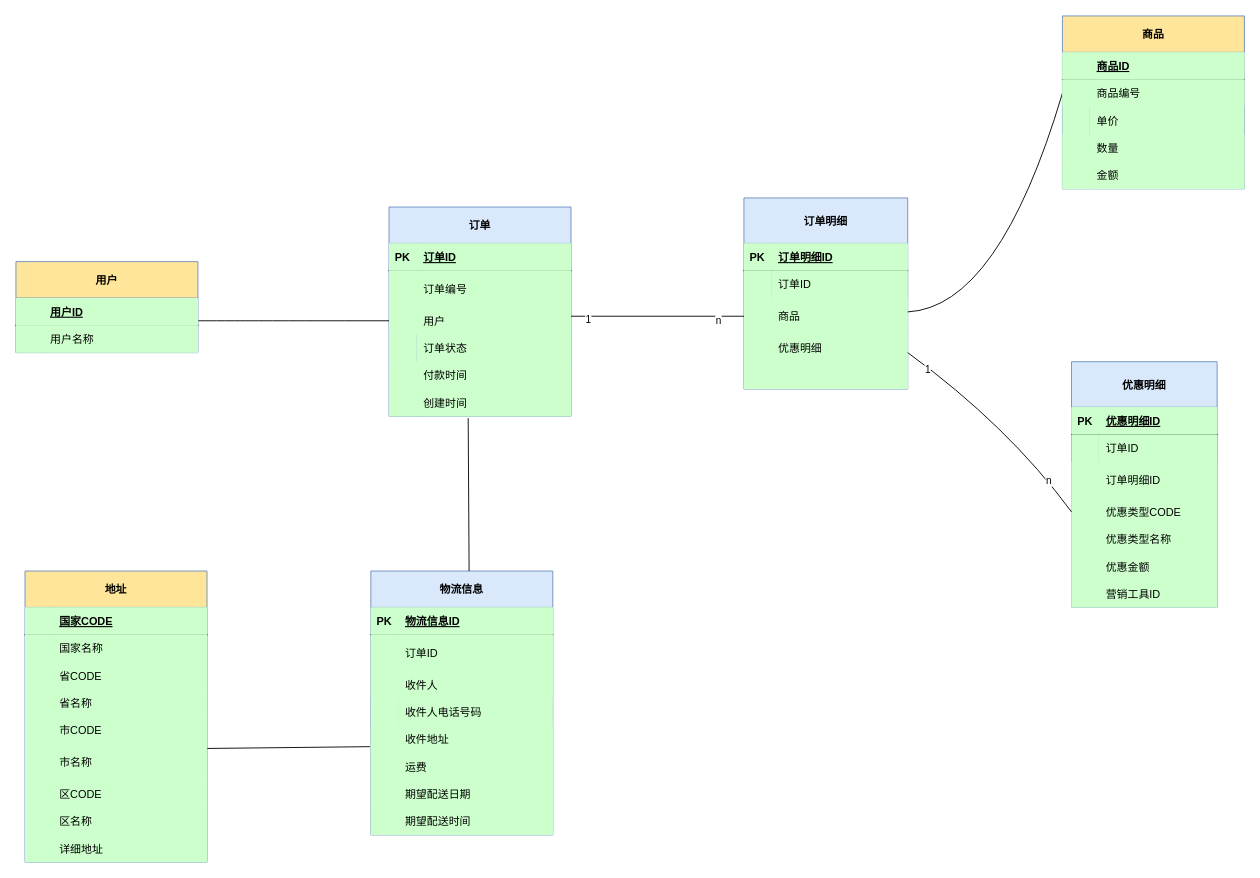
The draw.io diagram 订单能力.drawio in linxiaofan/linhenghui, before the edit. Source tidied: cells renumbered, new cells numbered last; positions are measured from the earlier drawing's top-left corner, leaving out a move shared by most shapes. Both pictures are drawn from the tidied source at 91%, with x=0, y=0 at pixel (15, 15).
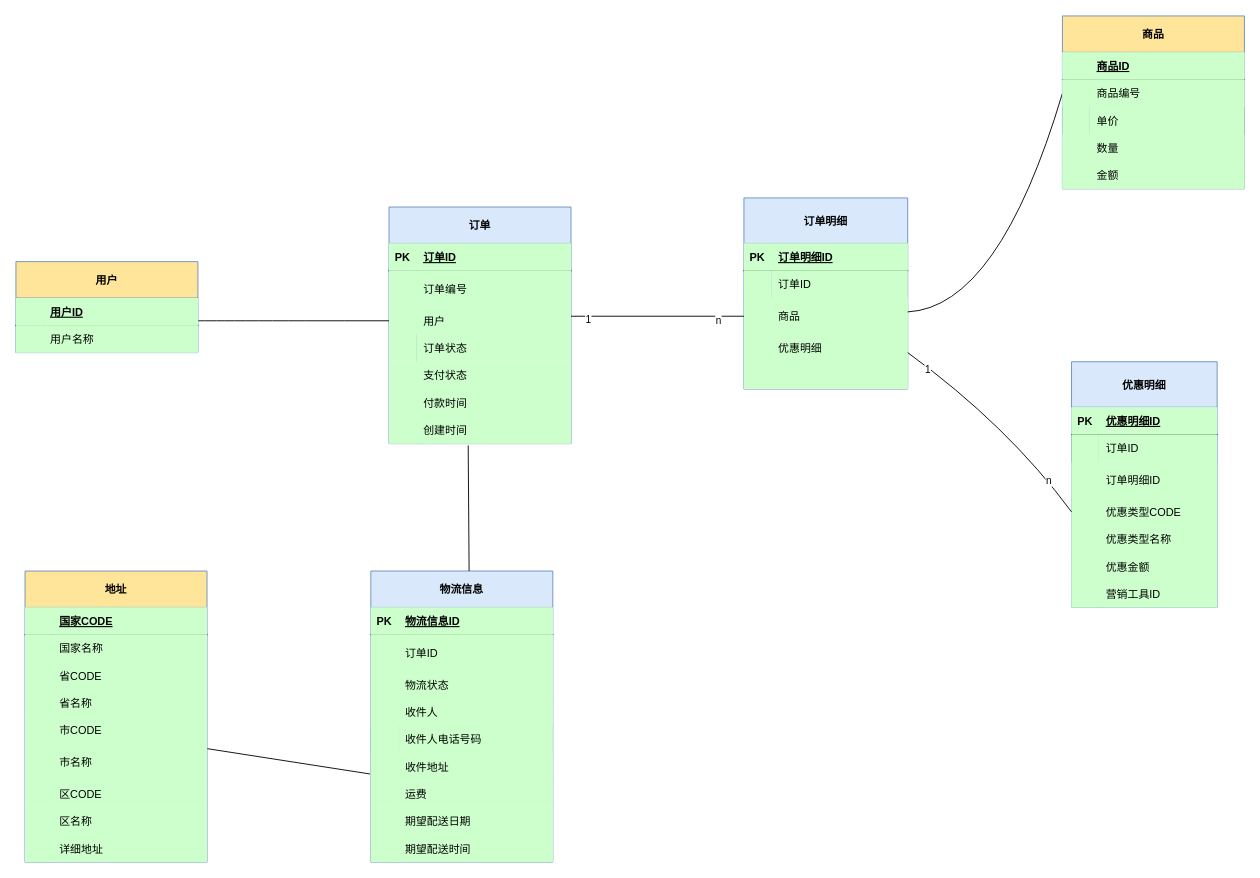
The same diagram, later.

Commit message:
更新订单能力.drawio

What changed in the source:
```diff
@@
     <mxCell id="2" value="订单" style="shape=table;startSize=40;childLayout=tableLayout;rowLines=0;fontStyle=1;align=center;fillColor=#dae8fc;strokeColor=#6c8ebf;" parent="1" vertex="1">
-      <mxGeometry x="410" y="210" width="200" height="230" as="geometry" />
+      <mxGeometry x="410" y="210" width="200" height="260" as="geometry" />
     </mxCell>
@@
+    <mxCell id="145" style="shape=partialRectangle;top=0;left=0;bottom=0;right=0;fillColor=#CCFFCC;" parent="2" vertex="1">
+      <mxGeometry y="170" width="200" height="30" as="geometry" />
+    </mxCell>
+    <mxCell id="146" style="shape=partialRectangle;top=0;left=0;bottom=0;right=0;overflow=hidden;fillColor=#CCFFCC;" parent="145" vertex="1">
+      <mxGeometry width="30" height="30" as="geometry" />
+    </mxCell>
+    <mxCell id="147" value="支付状态" style="shape=partialRectangle;top=0;left=0;bottom=0;right=0;align=left;spacingLeft=6;overflow=hidden;fillColor=#CCFFCC;" parent="145" vertex="1">
+      <mxGeometry x="30" width="170" height="30" as="geometry" />
+    </mxCell>
     <mxCell id="15" style="shape=partialRectangle;top=0;left=0;bottom=0;right=0;fillColor=#CCFFCC;" parent="2" vertex="1">
-      <mxGeometry y="170" width="200" height="30" as="geometry" />
+      <mxGeometry y="200" width="200" height="30" as="geometry" />
     </mxCell>
@@
     <mxCell id="18" style="shape=partialRectangle;top=0;left=0;bottom=0;right=0;points=[[0,0.5],[1,0.5]];portConstraint=eastwest;fillColor=#CCFFCC;" parent="2" vertex="1">
-      <mxGeometry y="200" width="200" height="30" as="geometry" />
+      <mxGeometry y="230" width="200" height="30" as="geometry" />
     </mxCell>
@@
     <mxCell id="90" value="物流信息" style="shape=table;startSize=40;childLayout=tableLayout;rowLines=0;fontStyle=1;align=center;fillColor=#dae8fc;strokeColor=#6c8ebf;" parent="1" vertex="1">
-      <mxGeometry x="390" y="610" width="200" height="290" as="geometry" />
+      <mxGeometry x="390" y="610" width="200" height="320" as="geometry" />
     </mxCell>
@@
+    <mxCell id="148" style="shape=partialRectangle;top=0;left=0;bottom=0;right=0;fillColor=#CCFFCC;" parent="90" vertex="1">
+      <mxGeometry y="110" width="200" height="30" as="geometry" />
+    </mxCell>
+    <mxCell id="149" style="shape=partialRectangle;top=0;left=0;bottom=0;right=0;overflow=hidden;fillColor=#CCFFCC;" parent="148" vertex="1">
+      <mxGeometry width="30" height="30" as="geometry" />
+    </mxCell>
+    <mxCell id="150" value="物流状态" style="shape=partialRectangle;top=0;left=0;bottom=0;right=0;align=left;spacingLeft=6;overflow=hidden;fillColor=#CCFFCC;" parent="148" vertex="1">
+      <mxGeometry x="30" width="170" height="30" as="geometry" />
+    </mxCell>
     <mxCell id="97" style="shape=partialRectangle;top=0;left=0;bottom=0;right=0;fillColor=#CCFFCC;" parent="90" vertex="1">
-      <mxGeometry y="110" width="200" height="30" as="geometry" />
+      <mxGeometry y="140" width="200" height="30" as="geometry" />
     </mxCell>
@@
     <mxCell id="100" style="shape=partialRectangle;fillColor=none;top=0;left=0;bottom=0;right=0;strokeWidth=1;align=left;" parent="90" vertex="1">
-      <mxGeometry y="140" width="200" height="30" as="geometry" />
+      <mxGeometry y="170" width="200" height="30" as="geometry" />
     </mxCell>
@@
     <mxCell id="103" style="shape=partialRectangle;top=0;left=0;bottom=0;right=0;points=[[0,0.5],[1,0.5]];portConstraint=eastwest;fillColor=#CCFFCC;" parent="90" vertex="1">
-      <mxGeometry y="170" width="200" height="30" as="geometry" />
+      <mxGeometry y="200" width="200" height="30" as="geometry" />
     </mxCell>
@@
     <mxCell id="106" style="shape=partialRectangle;top=0;left=0;bottom=0;right=0;fillColor=#CCFFCC;" parent="90" vertex="1">
-      <mxGeometry y="200" width="200" height="30" as="geometry" />
+      <mxGeometry y="230" width="200" height="30" as="geometry" />
     </mxCell>
@@
     <mxCell id="109" style="shape=partialRectangle;top=0;left=0;bottom=0;right=0;fillColor=#CCFFCC;" parent="90" vertex="1">
-      <mxGeometry y="230" width="200" height="30" as="geometry" />
+      <mxGeometry y="260" width="200" height="30" as="geometry" />
     </mxCell>
@@
     <mxCell id="112" style="shape=partialRectangle;top=0;left=0;bottom=0;right=0;fillColor=#CCFFCC;" parent="90" vertex="1">
-      <mxGeometry y="260" width="200" height="30" as="geometry" />
+      <mxGeometry y="290" width="200" height="30" as="geometry" />
     </mxCell>
```
